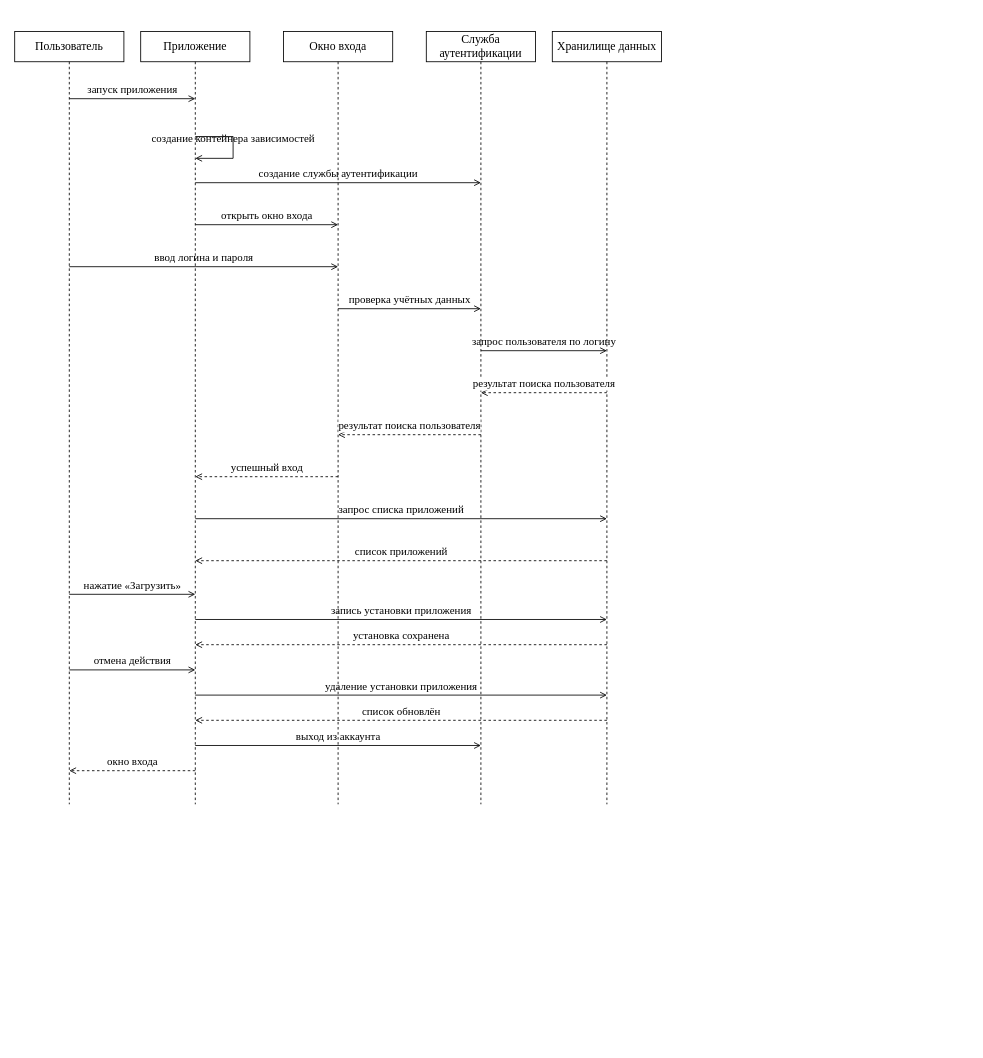
Before: docs/UML/sequence_diagram.drawio in martim-x/AppStore, a draw.io diagram. Source tidied: cells renumbered, new cells numbered last; positions are measured from the earlier drawing's top-left corner, leaving out a move shared by most shapes. Both pictures are drawn from the tidied source at 84%, with x=0, y=0 at pixel (14, 31).
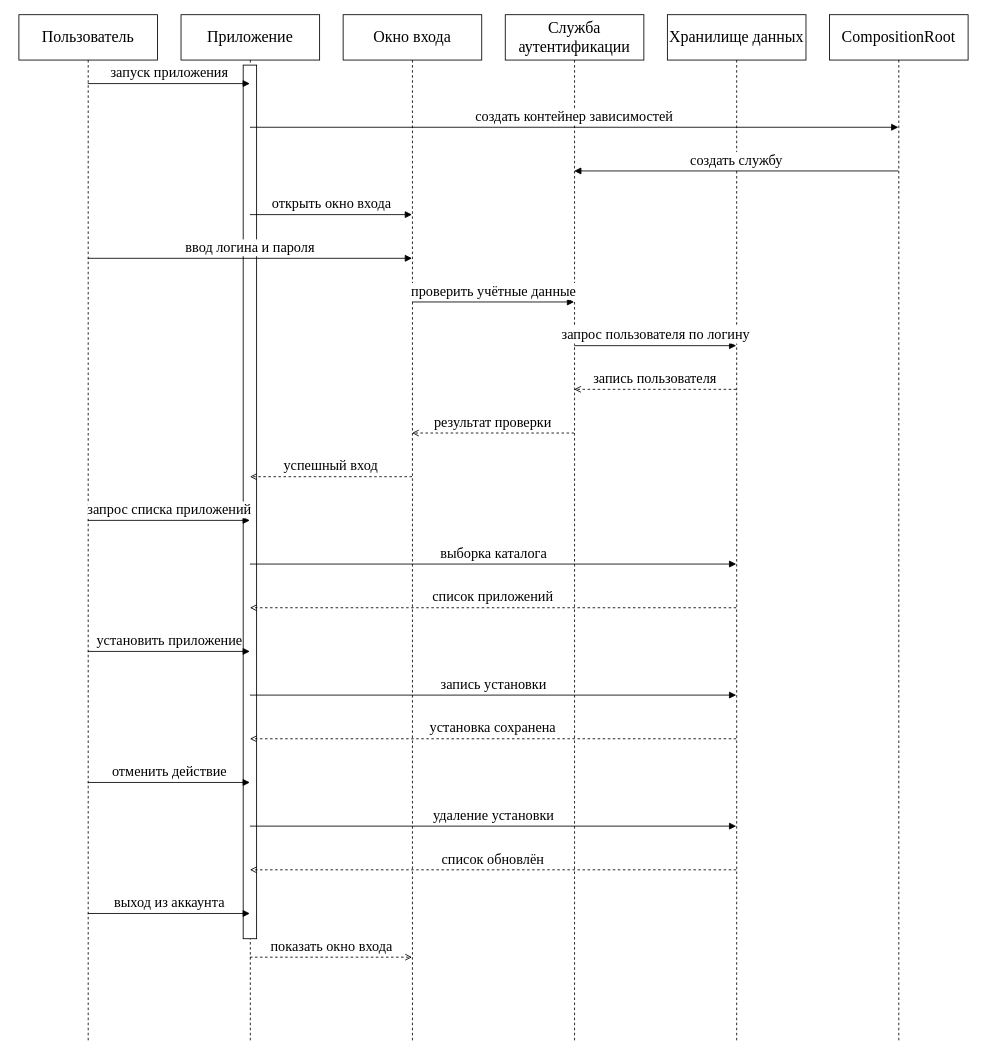
Above is the later version.

Diff of the diagram source:
```diff
@@
-    <mxCell id="2" value="Пользователь" style="shape=umlLifeline;html=1;whiteSpace=wrap;fillColor=none;strokeColor=#000000;fontSize=14;fontFamily=Times New Roman;" parent="1" vertex="1">
-      <mxGeometry width="130" height="36" as="geometry" />
+    <mxCell id="2" value="Пользователь" style="shape=umlLifeline;html=1;whiteSpace=wrap;fillColor=#ffffff;strokeColor=#000000;size=54;fontSize=19;fontFamily=Times New Roman;" parent="1" vertex="1">
+      <mxGeometry x="5" y="-20" width="165" height="1224" as="geometry" />
     </mxCell>
-    <mxCell id="3" style="endArrow=none;html=1;strokeColor=#000000;dashed=1;rounded=0;fontFamily=Times New Roman;fontSize=13;" parent="1" edge="1">
-      <mxGeometry relative="1" as="geometry">
-        <mxPoint x="65" y="36" as="sourcePoint" />
-        <mxPoint x="65" y="920" as="targetPoint" />
-      </mxGeometry>
-    </mxCell>
-    <mxCell id="4" value="Приложение" style="shape=umlLifeline;html=1;whiteSpace=wrap;fillColor=none;strokeColor=#000000;fontSize=14;fontFamily=Times New Roman;" parent="1" vertex="1">
-      <mxGeometry x="150" width="130" height="36" as="geometry" />
+    <mxCell id="4" value="Приложение" style="shape=umlLifeline;html=1;whiteSpace=wrap;fillColor=#ffffff;strokeColor=#000000;size=54;fontSize=19;fontFamily=Times New Roman;" parent="1" vertex="1">
+      <mxGeometry x="198" y="-20" width="165" height="1224" as="geometry" />
     </mxCell>
-    <mxCell id="5" style="endArrow=none;html=1;strokeColor=#000000;dashed=1;rounded=0;fontFamily=Times New Roman;fontSize=13;" parent="1" edge="1">
-      <mxGeometry relative="1" as="geometry">
-        <mxPoint x="215" y="36" as="sourcePoint" />
-        <mxPoint x="215" y="920" as="targetPoint" />
-      </mxGeometry>
-    </mxCell>
-    <mxCell id="6" value="Окно входа" style="shape=umlLifeline;html=1;whiteSpace=wrap;fillColor=none;strokeColor=#000000;fontSize=14;fontFamily=Times New Roman;" parent="1" vertex="1">
-      <mxGeometry x="320" width="130" height="36" as="geometry" />
+    <mxCell id="6" value="Окно входа" style="shape=umlLifeline;html=1;whiteSpace=wrap;fillColor=#ffffff;strokeColor=#000000;size=54;fontSize=19;fontFamily=Times New Roman;" parent="1" vertex="1">
+      <mxGeometry x="391" y="-20" width="165" height="1224" as="geometry" />
     </mxCell>
-    <mxCell id="7" style="endArrow=none;html=1;strokeColor=#000000;dashed=1;rounded=0;fontFamily=Times New Roman;fontSize=13;" parent="1" edge="1">
-      <mxGeometry relative="1" as="geometry">
-        <mxPoint x="385" y="36" as="sourcePoint" />
-        <mxPoint x="385" y="920" as="targetPoint" />
-      </mxGeometry>
-    </mxCell>
-    <mxCell id="8" value="Служба аутентификации" style="shape=umlLifeline;html=1;whiteSpace=wrap;fillColor=none;strokeColor=#000000;fontSize=14;fontFamily=Times New Roman;" parent="1" vertex="1">
-      <mxGeometry x="490" width="130" height="36" as="geometry" />
+    <mxCell id="8" value="Служба аутентификации" style="shape=umlLifeline;html=1;whiteSpace=wrap;fillColor=#ffffff;strokeColor=#000000;size=54;fontSize=19;fontFamily=Times New Roman;" parent="1" vertex="1">
+      <mxGeometry x="584" y="-20" width="165" height="1224" as="geometry" />
     </mxCell>
-    <mxCell id="9" style="endArrow=none;html=1;strokeColor=#000000;dashed=1;rounded=0;fontFamily=Times New Roman;fontSize=13;" parent="1" edge="1">
-      <mxGeometry relative="1" as="geometry">
-        <mxPoint x="555" y="36" as="sourcePoint" />
-        <mxPoint x="555" y="920" as="targetPoint" />
-      </mxGeometry>
-    </mxCell>
-    <mxCell id="10" value="Хранилище данных" style="shape=umlLifeline;html=1;whiteSpace=wrap;fillColor=none;strokeColor=#000000;fontSize=14;fontFamily=Times New Roman;" parent="1" vertex="1">
-      <mxGeometry x="640" width="130" height="36" as="geometry" />
+    <mxCell id="10" value="Хранилище данных" style="shape=umlLifeline;html=1;whiteSpace=wrap;fillColor=#ffffff;strokeColor=#000000;size=54;fontSize=19;fontFamily=Times New Roman;" parent="1" vertex="1">
+      <mxGeometry x="777" y="-20" width="165" height="1224" as="geometry" />
     </mxCell>
-    <mxCell id="11" style="endArrow=none;html=1;strokeColor=#000000;dashed=1;rounded=0;fontFamily=Times New Roman;fontSize=13;" parent="1" edge="1">
-      <mxGeometry relative="1" as="geometry">
-        <mxPoint x="705" y="36" as="sourcePoint" />
-        <mxPoint x="705" y="920" as="targetPoint" />
-      </mxGeometry>
-    </mxCell>
+    <mxCell id="32" value="CompositionRoot" style="shape=umlLifeline;html=1;whiteSpace=wrap;fillColor=#ffffff;strokeColor=#000000;size=54;fontSize=19;fontFamily=Times New Roman;" parent="1" vertex="1">
+      <mxGeometry x="970" y="-20" width="165" height="1224" as="geometry" />
+    </mxCell>
+    <mxCell id="33" style="html=1;fillColor=#ffffff;strokeColor=#000000;" parent="1" vertex="1">
+      <mxGeometry x="272" y="40" width="16" height="1040" as="geometry" />
+    </mxCell>
-    <mxCell id="12" value="запуск приложения" style="endArrow=open;html=1;verticalAlign=bottom;strokeWidth=1;labelBackgroundColor=none;fontSize=13;rounded=0;edgeStyle=orthogonalEdgeStyle;fontFamily=Times New Roman;" parent="1" edge="1">
+    <mxCell id="12" value="запуск приложения" style="endArrow=block;endFill=1;html=1;strokeWidth=1;rounded=0;edgeStyle=orthogonalEdgeStyle;verticalAlign=bottom;fontSize=17;fontFamily=Times New Roman;" parent="1" edge="1">
       <mxGeometry relative="1" as="geometry">
-        <mxPoint x="65" y="80" as="sourcePoint" />
-        <mxPoint x="215" y="80" as="targetPoint" />
+        <mxPoint x="87" y="62" as="sourcePoint" />
+        <mxPoint x="280" y="62" as="targetPoint" />
       </mxGeometry>
     </mxCell>
-    <mxCell id="13" value="создание контейнера зависимостей" style="endArrow=open;html=1;verticalAlign=bottom;strokeWidth=1;labelBackgroundColor=none;fontSize=13;rounded=0;edgeStyle=orthogonalEdgeStyle;fontFamily=Times New Roman;" parent="1" edge="1">
-      <mxGeometry relative="1" as="geometry">
-        <mxPoint x="215" y="125" as="sourcePoint" />
-        <mxPoint x="215" y="151" as="targetPoint" />
-        <Array as="points">
-          <mxPoint x="260" y="125" />
-          <mxPoint x="260" y="151" />
-        </Array>
-      </mxGeometry>
-    </mxCell>
-    <mxCell id="14" value="создание службы аутентификации" style="endArrow=open;html=1;verticalAlign=bottom;strokeWidth=1;labelBackgroundColor=none;fontSize=13;rounded=0;edgeStyle=orthogonalEdgeStyle;fontFamily=Times New Roman;" parent="1" edge="1">
-      <mxGeometry relative="1" as="geometry">
-        <mxPoint x="215" y="180" as="sourcePoint" />
-        <mxPoint x="555" y="180" as="targetPoint" />
-      </mxGeometry>
-    </mxCell>
+    <mxCell id="34" value="создать контейнер зависимостей" style="endArrow=block;endFill=1;html=1;strokeWidth=1;rounded=0;edgeStyle=orthogonalEdgeStyle;verticalAlign=bottom;fontSize=17;fontFamily=Times New Roman;" parent="1" edge="1">
+      <mxGeometry relative="1" as="geometry">
+        <mxPoint x="280" y="114" as="sourcePoint" />
+        <mxPoint x="1052" y="114" as="targetPoint" />
+      </mxGeometry>
+    </mxCell>
+    <mxCell id="35" value="создать службу" style="endArrow=block;endFill=1;html=1;strokeWidth=1;rounded=0;edgeStyle=orthogonalEdgeStyle;verticalAlign=bottom;fontSize=17;fontFamily=Times New Roman;" parent="1" edge="1">
+      <mxGeometry relative="1" as="geometry">
+        <mxPoint x="1052" y="166" as="sourcePoint" />
+        <mxPoint x="666" y="166" as="targetPoint" />
+      </mxGeometry>
+    </mxCell>
-    <mxCell id="15" value="открыть окно входа" style="endArrow=open;html=1;verticalAlign=bottom;strokeWidth=1;labelBackgroundColor=none;fontSize=13;rounded=0;edgeStyle=orthogonalEdgeStyle;fontFamily=Times New Roman;" parent="1" edge="1">
+    <mxCell id="15" value="открыть окно входа" style="endArrow=block;endFill=1;html=1;strokeWidth=1;rounded=0;edgeStyle=orthogonalEdgeStyle;verticalAlign=bottom;fontSize=17;fontFamily=Times New Roman;" parent="1" edge="1">
       <mxGeometry relative="1" as="geometry">
-        <mxPoint x="215" y="230" as="sourcePoint" />
-        <mxPoint x="385" y="230" as="targetPoint" />
+        <mxPoint x="280" y="218" as="sourcePoint" />
+        <mxPoint x="473" y="218" as="targetPoint" />
       </mxGeometry>
     </mxCell>
-    <mxCell id="16" value="ввод логина и пароля" style="endArrow=open;html=1;verticalAlign=bottom;strokeWidth=1;labelBackgroundColor=none;fontSize=13;rounded=0;edgeStyle=orthogonalEdgeStyle;fontFamily=Times New Roman;" parent="1" edge="1">
+    <mxCell id="16" value="ввод логина и пароля" style="endArrow=block;endFill=1;html=1;strokeWidth=1;rounded=0;edgeStyle=orthogonalEdgeStyle;verticalAlign=bottom;fontSize=17;fontFamily=Times New Roman;" parent="1" edge="1">
       <mxGeometry relative="1" as="geometry">
-        <mxPoint x="65" y="280" as="sourcePoint" />
-        <mxPoint x="385" y="280" as="targetPoint" />
+        <mxPoint x="87" y="270" as="sourcePoint" />
+        <mxPoint x="473" y="270" as="targetPoint" />
       </mxGeometry>
     </mxCell>
-    <mxCell id="17" value="проверка учётных данных" style="endArrow=open;html=1;verticalAlign=bottom;strokeWidth=1;labelBackgroundColor=none;fontSize=13;rounded=0;edgeStyle=orthogonalEdgeStyle;fontFamily=Times New Roman;" parent="1" edge="1">
-      <mxGeometry relative="1" as="geometry">
-        <mxPoint x="385" y="330" as="sourcePoint" />
-        <mxPoint x="555" y="330" as="targetPoint" />
-      </mxGeometry>
-    </mxCell>
+    <mxCell id="36" value="проверить учётные данные" style="endArrow=block;endFill=1;html=1;strokeWidth=1;rounded=0;edgeStyle=orthogonalEdgeStyle;verticalAlign=bottom;fontSize=17;fontFamily=Times New Roman;" parent="1" edge="1">
+      <mxGeometry relative="1" as="geometry">
+        <mxPoint x="473" y="322" as="sourcePoint" />
+        <mxPoint x="666" y="322" as="targetPoint" />
+      </mxGeometry>
+    </mxCell>
-    <mxCell id="18" value="запрос пользователя по логину" style="endArrow=open;html=1;verticalAlign=bottom;strokeWidth=1;labelBackgroundColor=none;fontSize=13;rounded=0;edgeStyle=orthogonalEdgeStyle;fontFamily=Times New Roman;" parent="1" edge="1">
+    <mxCell id="18" value="запрос пользователя по логину" style="endArrow=block;endFill=1;html=1;strokeWidth=1;rounded=0;edgeStyle=orthogonalEdgeStyle;verticalAlign=bottom;fontSize=17;fontFamily=Times New Roman;" parent="1" edge="1">
       <mxGeometry relative="1" as="geometry">
-        <mxPoint x="555" y="380" as="sourcePoint" />
-        <mxPoint x="705" y="380" as="targetPoint" />
+        <mxPoint x="666" y="374" as="sourcePoint" />
+        <mxPoint x="859" y="374" as="targetPoint" />
       </mxGeometry>
     </mxCell>
-    <mxCell id="19" value="результат поиска пользователя" style="endArrow=open;html=1;verticalAlign=bottom;dashed=1;strokeColor=#000000;rounded=0;edgeStyle=orthogonalEdgeStyle;fontFamily=Times New Roman;fontSize=13;" parent="1" edge="1">
-      <mxGeometry relative="1" as="geometry">
-        <mxPoint x="705" y="430" as="sourcePoint" />
-        <mxPoint x="555" y="430" as="targetPoint" />
-      </mxGeometry>
-    </mxCell>
-    <mxCell id="20" value="результат поиска пользователя" style="endArrow=open;html=1;verticalAlign=bottom;dashed=1;strokeColor=#000000;rounded=0;edgeStyle=orthogonalEdgeStyle;fontFamily=Times New Roman;fontSize=13;" parent="1" edge="1">
-      <mxGeometry relative="1" as="geometry">
-        <mxPoint x="555" y="480" as="sourcePoint" />
-        <mxPoint x="385" y="480" as="targetPoint" />
-      </mxGeometry>
-    </mxCell>
+    <mxCell id="37" value="запись пользователя" style="endArrow=open;dashed=1;html=1;strokeWidth=1;rounded=0;edgeStyle=orthogonalEdgeStyle;verticalAlign=bottom;fontSize=17;fontFamily=Times New Roman;" parent="1" edge="1">
+      <mxGeometry relative="1" as="geometry">
+        <mxPoint x="859" y="426" as="sourcePoint" />
+        <mxPoint x="666" y="426" as="targetPoint" />
+      </mxGeometry>
+    </mxCell>
+    <mxCell id="38" value="результат проверки" style="endArrow=open;dashed=1;html=1;strokeWidth=1;rounded=0;edgeStyle=orthogonalEdgeStyle;verticalAlign=bottom;fontSize=17;fontFamily=Times New Roman;" parent="1" edge="1">
+      <mxGeometry relative="1" as="geometry">
+        <mxPoint x="666" y="478" as="sourcePoint" />
+        <mxPoint x="473" y="478" as="targetPoint" />
+      </mxGeometry>
+    </mxCell>
-    <mxCell id="21" value="успешный вход" style="endArrow=open;html=1;verticalAlign=bottom;dashed=1;strokeColor=#000000;rounded=0;edgeStyle=orthogonalEdgeStyle;fontFamily=Times New Roman;fontSize=13;" parent="1" edge="1">
+    <mxCell id="21" value="успешный вход" style="endArrow=open;dashed=1;html=1;strokeWidth=1;rounded=0;edgeStyle=orthogonalEdgeStyle;verticalAlign=bottom;fontSize=17;fontFamily=Times New Roman;" parent="1" edge="1">
       <mxGeometry relative="1" as="geometry">
-        <mxPoint x="385" y="530" as="sourcePoint" />
-        <mxPoint x="215" y="530" as="targetPoint" />
+        <mxPoint x="473" y="530" as="sourcePoint" />
+        <mxPoint x="280" y="530" as="targetPoint" />
       </mxGeometry>
     </mxCell>
-    <mxCell id="22" value="запрос списка приложений" style="endArrow=open;html=1;verticalAlign=bottom;strokeWidth=1;labelBackgroundColor=none;fontSize=13;rounded=0;edgeStyle=orthogonalEdgeStyle;fontFamily=Times New Roman;" parent="1" edge="1">
+    <mxCell id="22" value="запрос списка приложений" style="endArrow=block;endFill=1;html=1;strokeWidth=1;rounded=0;edgeStyle=orthogonalEdgeStyle;verticalAlign=bottom;fontSize=17;fontFamily=Times New Roman;" parent="1" edge="1">
       <mxGeometry relative="1" as="geometry">
-        <mxPoint x="215" y="580" as="sourcePoint" />
-        <mxPoint x="705" y="580" as="targetPoint" />
+        <mxPoint x="87" y="582" as="sourcePoint" />
+        <mxPoint x="280" y="582" as="targetPoint" />
       </mxGeometry>
     </mxCell>
+    <mxCell id="39" value="выборка каталога" style="endArrow=block;endFill=1;html=1;strokeWidth=1;rounded=0;edgeStyle=orthogonalEdgeStyle;verticalAlign=bottom;fontSize=17;fontFamily=Times New Roman;" parent="1" edge="1">
+      <mxGeometry relative="1" as="geometry">
+        <mxPoint x="280" y="634" as="sourcePoint" />
+        <mxPoint x="859" y="634" as="targetPoint" />
+      </mxGeometry>
+    </mxCell>
-    <mxCell id="23" value="список приложений" style="endArrow=open;html=1;verticalAlign=bottom;dashed=1;strokeColor=#000000;rounded=0;edgeStyle=orthogonalEdgeStyle;fontFamily=Times New Roman;fontSize=13;" parent="1" edge="1">
+    <mxCell id="23" value="список приложений" style="endArrow=open;dashed=1;html=1;strokeWidth=1;rounded=0;edgeStyle=orthogonalEdgeStyle;verticalAlign=bottom;fontSize=17;fontFamily=Times New Roman;" parent="1" edge="1">
       <mxGeometry relative="1" as="geometry">
-        <mxPoint x="705" y="630" as="sourcePoint" />
-        <mxPoint x="215" y="630" as="targetPoint" />
+        <mxPoint x="859" y="686" as="sourcePoint" />
+        <mxPoint x="280" y="686" as="targetPoint" />
       </mxGeometry>
     </mxCell>
-    <mxCell id="24" value="нажатие «Загрузить»" style="endArrow=open;html=1;verticalAlign=bottom;strokeWidth=1;labelBackgroundColor=none;fontSize=13;rounded=0;edgeStyle=orthogonalEdgeStyle;fontFamily=Times New Roman;" parent="1" edge="1">
-      <mxGeometry relative="1" as="geometry">
-        <mxPoint x="65" y="670" as="sourcePoint" />
-        <mxPoint x="215" y="670" as="targetPoint" />
-      </mxGeometry>
-    </mxCell>
-    <mxCell id="25" value="запись установки приложения" style="endArrow=open;html=1;verticalAlign=bottom;strokeWidth=1;labelBackgroundColor=none;fontSize=13;rounded=0;edgeStyle=orthogonalEdgeStyle;fontFamily=Times New Roman;" parent="1" edge="1">
-      <mxGeometry relative="1" as="geometry">
-        <mxPoint x="215" y="700" as="sourcePoint" />
-        <mxPoint x="705" y="700" as="targetPoint" />
-      </mxGeometry>
-    </mxCell>
+    <mxCell id="40" value="установить приложение" style="endArrow=block;endFill=1;html=1;strokeWidth=1;rounded=0;edgeStyle=orthogonalEdgeStyle;verticalAlign=bottom;fontSize=17;fontFamily=Times New Roman;" parent="1" edge="1">
+      <mxGeometry relative="1" as="geometry">
+        <mxPoint x="87" y="738" as="sourcePoint" />
+        <mxPoint x="280" y="738" as="targetPoint" />
+      </mxGeometry>
+    </mxCell>
+    <mxCell id="41" value="запись установки" style="endArrow=block;endFill=1;html=1;strokeWidth=1;rounded=0;edgeStyle=orthogonalEdgeStyle;verticalAlign=bottom;fontSize=17;fontFamily=Times New Roman;" parent="1" edge="1">
+      <mxGeometry relative="1" as="geometry">
+        <mxPoint x="280" y="790" as="sourcePoint" />
+        <mxPoint x="859" y="790" as="targetPoint" />
+      </mxGeometry>
+    </mxCell>
-    <mxCell id="26" value="установка сохранена" style="endArrow=open;html=1;verticalAlign=bottom;strokeWidth=1;labelBackgroundColor=none;fontSize=13;rounded=0;edgeStyle=orthogonalEdgeStyle;fontFamily=Times New Roman;dashed=1;strokeColor=#000000;" parent="1" edge="1">
+    <mxCell id="26" value="установка сохранена" style="endArrow=open;dashed=1;html=1;strokeWidth=1;rounded=0;edgeStyle=orthogonalEdgeStyle;verticalAlign=bottom;fontSize=17;fontFamily=Times New Roman;" parent="1" edge="1">
       <mxGeometry relative="1" as="geometry">
-        <mxPoint x="705" y="730" as="sourcePoint" />
-        <mxPoint x="215" y="730" as="targetPoint" />
+        <mxPoint x="859" y="842" as="sourcePoint" />
+        <mxPoint x="280" y="842" as="targetPoint" />
       </mxGeometry>
     </mxCell>
-    <mxCell id="27" value="отмена действия" style="endArrow=open;html=1;verticalAlign=bottom;strokeWidth=1;labelBackgroundColor=none;fontSize=13;rounded=0;edgeStyle=orthogonalEdgeStyle;fontFamily=Times New Roman;" parent="1" edge="1">
-      <mxGeometry relative="1" as="geometry">
-        <mxPoint x="65" y="760" as="sourcePoint" />
-        <mxPoint x="215" y="760" as="targetPoint" />
-      </mxGeometry>
-    </mxCell>
-    <mxCell id="28" value="удаление установки приложения" style="endArrow=open;html=1;verticalAlign=bottom;strokeWidth=1;labelBackgroundColor=none;fontSize=13;rounded=0;edgeStyle=orthogonalEdgeStyle;fontFamily=Times New Roman;" parent="1" edge="1">
-      <mxGeometry relative="1" as="geometry">
-        <mxPoint x="215" y="790" as="sourcePoint" />
-        <mxPoint x="705" y="790" as="targetPoint" />
-      </mxGeometry>
-    </mxCell>
+    <mxCell id="42" value="отменить действие" style="endArrow=block;endFill=1;html=1;strokeWidth=1;rounded=0;edgeStyle=orthogonalEdgeStyle;verticalAlign=bottom;fontSize=17;fontFamily=Times New Roman;" parent="1" edge="1">
+      <mxGeometry relative="1" as="geometry">
+        <mxPoint x="87" y="894" as="sourcePoint" />
+        <mxPoint x="280" y="894" as="targetPoint" />
+      </mxGeometry>
+    </mxCell>
+    <mxCell id="43" value="удаление установки" style="endArrow=block;endFill=1;html=1;strokeWidth=1;rounded=0;edgeStyle=orthogonalEdgeStyle;verticalAlign=bottom;fontSize=17;fontFamily=Times New Roman;" parent="1" edge="1">
+      <mxGeometry relative="1" as="geometry">
+        <mxPoint x="280" y="946" as="sourcePoint" />
+        <mxPoint x="859" y="946" as="targetPoint" />
+      </mxGeometry>
+    </mxCell>
-    <mxCell id="29" value="список обновлён" style="endArrow=open;html=1;verticalAlign=bottom;strokeWidth=1;labelBackgroundColor=none;fontSize=13;rounded=0;edgeStyle=orthogonalEdgeStyle;fontFamily=Times New Roman;dashed=1;strokeColor=#000000;" parent="1" edge="1">
+    <mxCell id="29" value="список обновлён" style="endArrow=open;dashed=1;html=1;strokeWidth=1;rounded=0;edgeStyle=orthogonalEdgeStyle;verticalAlign=bottom;fontSize=17;fontFamily=Times New Roman;" parent="1" edge="1">
       <mxGeometry relative="1" as="geometry">
-        <mxPoint x="705" y="820" as="sourcePoint" />
-        <mxPoint x="215" y="820" as="targetPoint" />
+        <mxPoint x="859" y="998" as="sourcePoint" />
+        <mxPoint x="280" y="998" as="targetPoint" />
       </mxGeometry>
     </mxCell>
-    <mxCell id="30" value="выход из аккаунта" style="endArrow=open;html=1;verticalAlign=bottom;strokeWidth=1;labelBackgroundColor=none;fontSize=13;rounded=0;edgeStyle=orthogonalEdgeStyle;fontFamily=Times New Roman;" parent="1" edge="1">
+    <mxCell id="30" value="выход из аккаунта" style="endArrow=block;endFill=1;html=1;strokeWidth=1;rounded=0;edgeStyle=orthogonalEdgeStyle;verticalAlign=bottom;fontSize=17;fontFamily=Times New Roman;" parent="1" edge="1">
       <mxGeometry relative="1" as="geometry">
-        <mxPoint x="215" y="850" as="sourcePoint" />
-        <mxPoint x="555" y="850" as="targetPoint" />
+        <mxPoint x="87" y="1050" as="sourcePoint" />
+        <mxPoint x="280" y="1050" as="targetPoint" />
       </mxGeometry>
     </mxCell>
-    <mxCell id="31" value="окно входа" style="endArrow=open;html=1;verticalAlign=bottom;strokeWidth=1;labelBackgroundColor=none;fontSize=13;rounded=0;edgeStyle=orthogonalEdgeStyle;fontFamily=Times New Roman;dashed=1;strokeColor=#000000;" parent="1" edge="1">
-      <mxGeometry relative="1" as="geometry">
-        <mxPoint x="215" y="880" as="sourcePoint" />
-        <mxPoint x="65" y="880" as="targetPoint" />
-      </mxGeometry>
-    </mxCell>
+    <mxCell id="44" value="показать окно входа" style="endArrow=open;dashed=1;html=1;strokeWidth=1;rounded=0;edgeStyle=orthogonalEdgeStyle;verticalAlign=bottom;fontSize=17;fontFamily=Times New Roman;" parent="1" edge="1">
+      <mxGeometry relative="1" as="geometry">
+        <mxPoint x="280" y="1102" as="sourcePoint" />
+        <mxPoint x="473" y="1102" as="targetPoint" />
+      </mxGeometry>
+    </mxCell>
```
